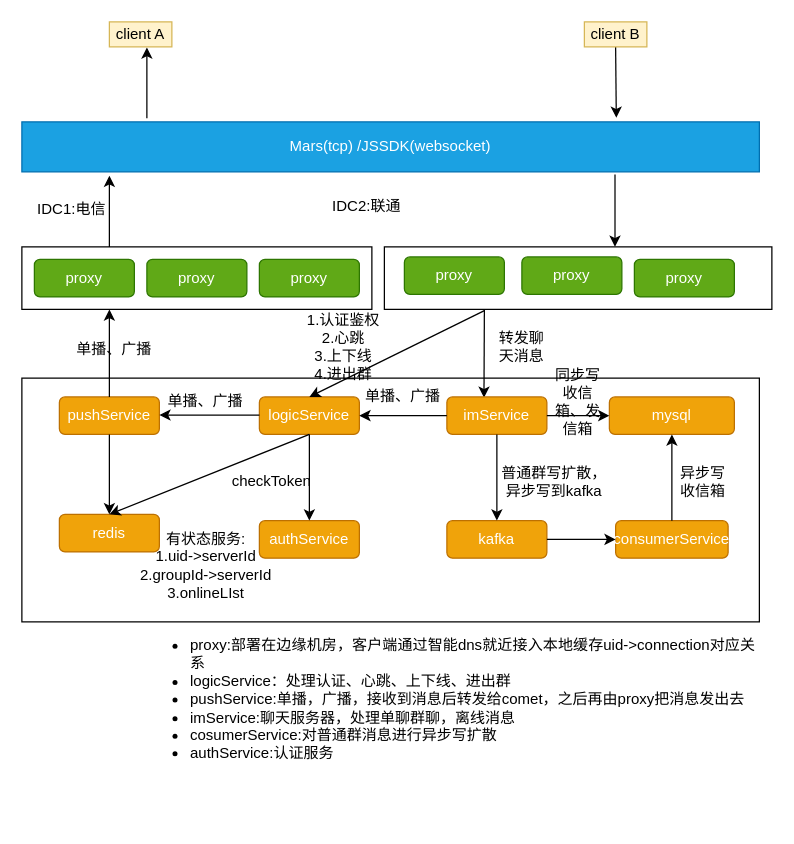
zhangchuhu/drawio keeps this draw.io diagram as arch/im/arch.drawio. Above is the earlier version. Source tidied: cells renumbered, new cells numbered last; positions are measured from the earlier drawing's top-left corner, leaving out a move shared by most shapes. Both pictures are drawn from the tidied source at 125%, with x=0, y=0 at pixel (21, 21).
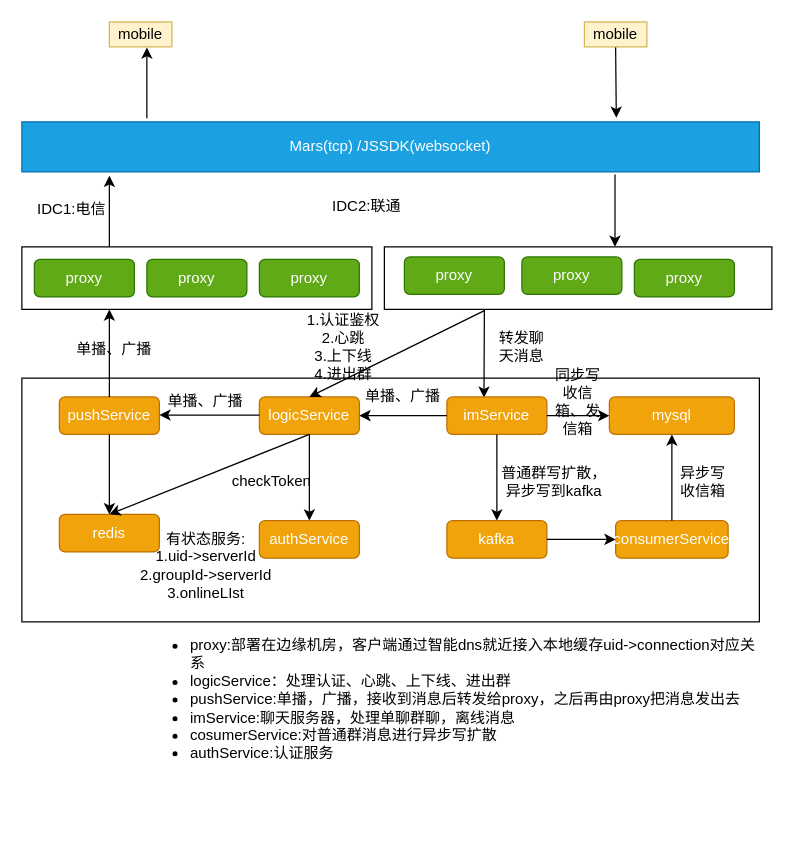
Above is the later version.

What changed in the source:
```diff
@@
-    <mxCell id="35" value="client A" style="rounded=0;whiteSpace=wrap;html=1;fillColor=#fff2cc;strokeColor=#d6b656;" parent="1" vertex="1">
+    <mxCell id="35" value="mobile" style="rounded=0;whiteSpace=wrap;html=1;fillColor=#fff2cc;strokeColor=#d6b656;" parent="1" vertex="1">
       <mxGeometry x="70" width="50" height="20" as="geometry" />
     </mxCell>
-    <mxCell id="36" value="client B" style="rounded=0;whiteSpace=wrap;html=1;fillColor=#fff2cc;strokeColor=#d6b656;" parent="1" vertex="1">
+    <mxCell id="36" value="mobile" style="rounded=0;whiteSpace=wrap;html=1;fillColor=#fff2cc;strokeColor=#d6b656;" parent="1" vertex="1">
       <mxGeometry x="450" width="50" height="20" as="geometry" />
     </mxCell>
@@
-    <mxCell id="50" value="&lt;div style=&quot;text-align: justify&quot;&gt;&lt;ul&gt;&lt;li&gt;&lt;span style=&quot;font-weight: normal&quot;&gt;&lt;font style=&quot;font-size: 12px&quot;&gt;proxy:部署在边缘机房，客户端通过智能dns就近接入本地缓存uid-&amp;gt;connection对应关系&lt;/font&gt;&lt;/span&gt;&lt;/li&gt;&lt;li&gt;&lt;span&gt;logicService：处理认证、心跳、上下线、进出群&lt;/span&gt;&lt;/li&gt;&lt;li&gt;&lt;span&gt;pushService:单播，广播，接收到消息后转发给comet，之后再由proxy把消息发出去&lt;/span&gt;&lt;/li&gt;&lt;li&gt;imService:聊天服务器，处理单聊群聊，离线消息&lt;/li&gt;&lt;li&gt;cosumerService:对普通群消息进行异步写扩散&lt;/li&gt;&lt;li&gt;&lt;span&gt;authService:认证服务&lt;/span&gt;&lt;/li&gt;&lt;/ul&gt;&lt;/div&gt;&lt;div style=&quot;text-align: justify&quot;&gt;&lt;span style=&quot;font-weight: normal&quot;&gt;&lt;font style=&quot;font-size: 12px&quot;&gt;&lt;br&gt;&lt;/font&gt;&lt;/span&gt;&lt;/div&gt;" style="text;html=1;strokeColor=none;fillColor=none;spacing=5;spacingTop=-20;whiteSpace=wrap;overflow=hidden;rounded=0;" parent="1" vertex="1">
+    <mxCell id="50" value="&lt;div style=&quot;text-align: justify&quot;&gt;&lt;ul&gt;&lt;li&gt;&lt;span style=&quot;font-weight: normal&quot;&gt;&lt;font style=&quot;font-size: 12px&quot;&gt;proxy:部署在边缘机房，客户端通过智能dns就近接入本地缓存uid-&amp;gt;connection对应关系&lt;/font&gt;&lt;/span&gt;&lt;/li&gt;&lt;li&gt;&lt;span&gt;logicService：处理认证、心跳、上下线、进出群&lt;/span&gt;&lt;/li&gt;&lt;li&gt;&lt;span&gt;pushService:单播，广播，接收到消息后转发给proxy，之后再由proxy把消息发出去&lt;/span&gt;&lt;/li&gt;&lt;li&gt;imService:聊天服务器，处理单聊群聊，离线消息&lt;/li&gt;&lt;li&gt;cosumerService:对普通群消息进行异步写扩散&lt;/li&gt;&lt;li&gt;&lt;span&gt;authService:认证服务&lt;/span&gt;&lt;/li&gt;&lt;/ul&gt;&lt;/div&gt;&lt;div style=&quot;text-align: justify&quot;&gt;&lt;span style=&quot;font-weight: normal&quot;&gt;&lt;font style=&quot;font-size: 12px&quot;&gt;&lt;br&gt;&lt;/font&gt;&lt;/span&gt;&lt;/div&gt;" style="text;html=1;strokeColor=none;fillColor=none;spacing=5;spacingTop=-20;whiteSpace=wrap;overflow=hidden;rounded=0;" parent="1" vertex="1">
       <mxGeometry x="90" y="490" width="500" height="150" as="geometry" />
     </mxCell>
```
